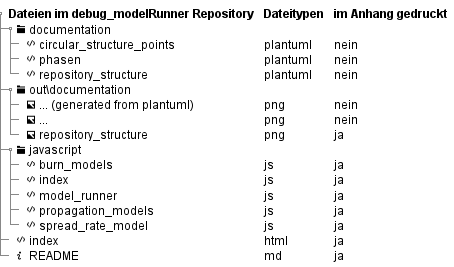
This is out/doc/repository_structure/repository_structure-1.png from OTI2020/debug_modelRunner, a PlantUML export, as it was before one commit. Source of this version:
```plantuml
@startsalt
{
{T
<b> Dateien im debug_modelRunner Repository | <b>Dateitypen   | <b>im Anhang gedruckt

+ <&folder> documentation
++ <&code> circular_structure_points | plantuml | nein
++ <&code> phasen | plantuml | nein
++ <&code> repository_structure | plantuml | nein

+ <&folder> out\documentation
++ <&image> ... (generated from plantuml) |png  | nein
++ <&image> ... | png | nein
++ <&image> repository_structure | png | ja

+ <&folder> javascript
++ <&code> burn_models | js | ja
++ <&code> index | js | ja
++ <&code> model_runner | js | ja
++ <&code> propagation_models | js | ja
++ <&code> spread_rate_model | js | ja

+ <&code> index | html | ja
+ <&info> README | md | ja
}
}
@endsalt
```
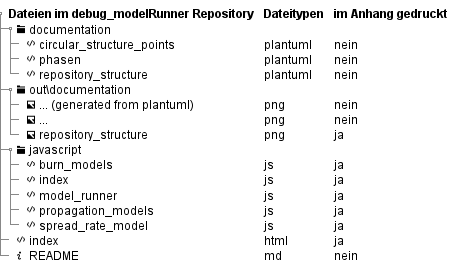
The same diagram one commit later.

Diff of the diagram source:
```diff
@@ -21,7 +21,7 @@
 ++ <&code> spread_rate_model | js | ja
 
 + <&code> index | html | ja
-+ <&info> README | md | ja
++ <&info> README | md | nein
 }
 }
 @endsalt
```
